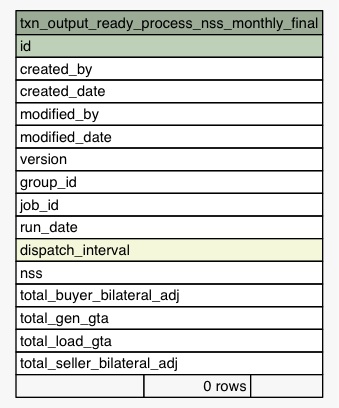
This is Data/settlement/diagrams/summary/txn_output_ready_process_nss_monthly_final.1degree.png from eyana-m/python-data-dictionary-writer, a Graphviz export, as it was before one commit. Its source is kept beside it as Data/settlement/diagrams/summary/txn_output_ready_process_nss_monthly_final.1degree.dot. The source it was exported from:
```dot
digraph "txn_output_ready_process_nss_monthly_final" {
  graph [
    rankdir="RL"
    bgcolor="#f7f7f7"
    nodesep="0.18"
    ranksep="0.46"
    fontname="Helvetica"
    fontsize="11"
  ];
  node [
    fontname="Helvetica"
    fontsize="11"
    shape="plaintext"
  ];
  edge [
    arrowsize="0.8"
  ];
  "txn_output_ready_process_nss_monthly_final" [
    label=<
    <TABLE BORDER="0" CELLBORDER="1" CELLSPACING="0" BGCOLOR="#ffffff">
      <TR><TD COLSPAN="3" BGCOLOR="#9bab96" ALIGN="CENTER">txn_output_ready_process_nss_monthly_final</TD></TR>
      <TR><TD PORT="id" COLSPAN="3" BGCOLOR="#bed1b8" ALIGN="LEFT">id</TD></TR>
      <TR><TD PORT="created_by" COLSPAN="3" ALIGN="LEFT">created_by</TD></TR>
      <TR><TD PORT="created_date" COLSPAN="3" ALIGN="LEFT">created_date</TD></TR>
      <TR><TD PORT="modified_by" COLSPAN="3" ALIGN="LEFT">modified_by</TD></TR>
      <TR><TD PORT="modified_date" COLSPAN="3" ALIGN="LEFT">modified_date</TD></TR>
      <TR><TD PORT="version" COLSPAN="3" ALIGN="LEFT">version</TD></TR>
      <TR><TD PORT="group_id" COLSPAN="3" ALIGN="LEFT">group_id</TD></TR>
      <TR><TD PORT="job_id" COLSPAN="3" ALIGN="LEFT">job_id</TD></TR>
      <TR><TD PORT="run_date" COLSPAN="3" ALIGN="LEFT">run_date</TD></TR>
      <TR><TD PORT="dispatch_interval" COLSPAN="3" BGCOLOR="#f4f7da" ALIGN="LEFT">dispatch_interval</TD></TR>
      <TR><TD PORT="nss" COLSPAN="3" ALIGN="LEFT">nss</TD></TR>
      <TR><TD PORT="total_buyer_bilateral_adj" COLSPAN="3" ALIGN="LEFT">total_buyer_bilateral_adj</TD></TR>
      <TR><TD PORT="total_gen_gta" COLSPAN="3" ALIGN="LEFT">total_gen_gta</TD></TR>
      <TR><TD PORT="total_load_gta" COLSPAN="3" ALIGN="LEFT">total_load_gta</TD></TR>
      <TR><TD PORT="total_seller_bilateral_adj" COLSPAN="3" ALIGN="LEFT">total_seller_bilateral_adj</TD></TR>
      <TR><TD ALIGN="LEFT" BGCOLOR="#f7f7f7">  </TD><TD ALIGN="RIGHT" BGCOLOR="#f7f7f7">0 rows</TD><TD ALIGN="RIGHT" BGCOLOR="#f7f7f7">  </TD></TR>
    </TABLE>>
    URL="tables/txn_output_ready_process_nss_monthly_final.html"
    tooltip="txn_output_ready_process_nss_monthly_final"
  ];
}
```
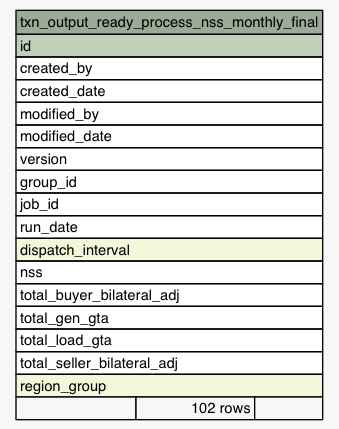
The same diagram one commit later.

What changed in the source:
```diff
@@ -34,7 +34,8 @@
       <TR><TD PORT="total_gen_gta" COLSPAN="3" ALIGN="LEFT">total_gen_gta</TD></TR>
       <TR><TD PORT="total_load_gta" COLSPAN="3" ALIGN="LEFT">total_load_gta</TD></TR>
       <TR><TD PORT="total_seller_bilateral_adj" COLSPAN="3" ALIGN="LEFT">total_seller_bilateral_adj</TD></TR>
-      <TR><TD ALIGN="LEFT" BGCOLOR="#f7f7f7">  </TD><TD ALIGN="RIGHT" BGCOLOR="#f7f7f7">0 rows</TD><TD ALIGN="RIGHT" BGCOLOR="#f7f7f7">  </TD></TR>
+      <TR><TD PORT="region_group" COLSPAN="3" BGCOLOR="#f4f7da" ALIGN="LEFT">region_group</TD></TR>
+      <TR><TD ALIGN="LEFT" BGCOLOR="#f7f7f7">  </TD><TD ALIGN="RIGHT" BGCOLOR="#f7f7f7">102 rows</TD><TD ALIGN="RIGHT" BGCOLOR="#f7f7f7">  </TD></TR>
     </TABLE>>
     URL="tables/txn_output_ready_process_nss_monthly_final.html"
     tooltip="txn_output_ready_process_nss_monthly_final"
```
